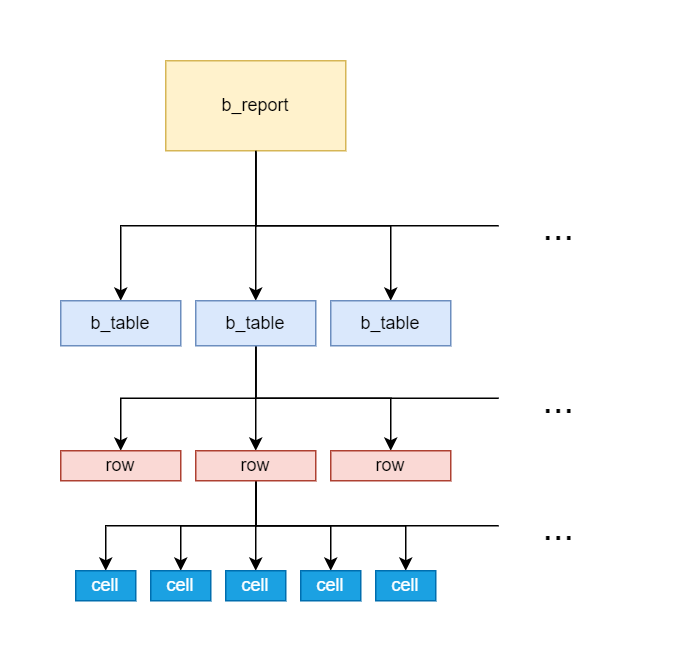
The draw.io diagram .gitbook/assets/b_report_hierarchy.png in OtabekToshkanov/biruni-docs, before a commit. Source tidied: cells renumbered, new cells last; positions are measured from the earlier drawing's top-left corner, leaving out a move shared by most shapes.
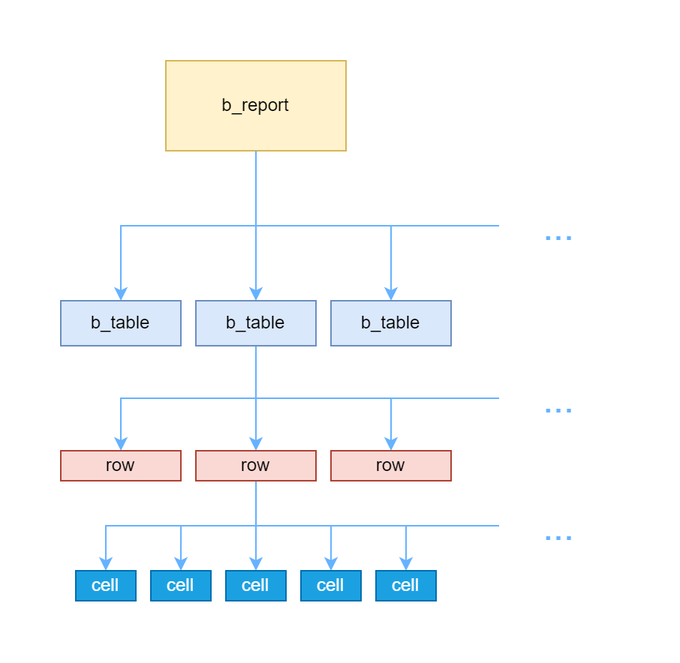
The same diagram one commit later.

What changed in the source:
```diff
@@ -2,13 +2,13 @@
   <root>
     <mxCell id="0" />
     <mxCell id="1" parent="0" />
-    <mxCell id="2" style="edgeStyle=orthogonalEdgeStyle;rounded=0;jettySize=auto;html=1;" parent="1" edge="1" source="5" target="6">
+    <mxCell id="2" style="edgeStyle=orthogonalEdgeStyle;rounded=0;jettySize=auto;html=1;strokeColor=#66B2FF;" parent="1" edge="1" source="5" target="6">
       <mxGeometry relative="1" as="geometry" />
     </mxCell>
-    <mxCell id="3" style="edgeStyle=orthogonalEdgeStyle;rounded=0;jettySize=auto;html=1;entryX=0.5;entryY=0;entryDx=0;entryDy=0;" parent="1" edge="1" source="5" target="13">
+    <mxCell id="3" style="edgeStyle=orthogonalEdgeStyle;rounded=0;jettySize=auto;html=1;entryX=0.5;entryY=0;entryDx=0;entryDy=0;strokeColor=#66B2FF;" parent="1" edge="1" source="5" target="13">
       <mxGeometry relative="1" as="geometry" />
     </mxCell>
-    <mxCell id="4" style="edgeStyle=orthogonalEdgeStyle;rounded=0;jettySize=auto;html=1;entryX=0;entryY=0.5;entryDx=0;entryDy=0;exitX=0.5;exitY=1;exitDx=0;exitDy=0;endArrow=none;startFill=0;" parent="1" edge="1" source="5" target="14">
+    <mxCell id="4" style="edgeStyle=orthogonalEdgeStyle;rounded=0;jettySize=auto;html=1;entryX=0;entryY=0.5;entryDx=0;entryDy=0;exitX=0.5;exitY=1;exitDx=0;exitDy=0;endArrow=none;startFill=0;strokeColor=#66B2FF;" parent="1" edge="1" source="5" target="14">
       <mxGeometry relative="1" as="geometry">
         <Array as="points">
           <mxPoint x="130" y="110" />
@@ -22,19 +22,19 @@
     <mxCell id="6" value="b_table" style="whiteSpace=wrap;html=1;fillColor=#dae8fc;strokeColor=#6c8ebf;" parent="1" vertex="1">
       <mxGeometry y="160" width="80" height="30" as="geometry" />
     </mxCell>
-    <mxCell id="7" style="edgeStyle=orthogonalEdgeStyle;rounded=0;jettySize=auto;html=1;exitX=0.5;exitY=1;exitDx=0;exitDy=0;" parent="1" edge="1" source="5" target="12">
+    <mxCell id="7" style="edgeStyle=orthogonalEdgeStyle;rounded=0;jettySize=auto;html=1;exitX=0.5;exitY=1;exitDx=0;exitDy=0;strokeColor=#66B2FF;" parent="1" edge="1" source="5" target="12">
       <mxGeometry relative="1" as="geometry" />
     </mxCell>
-    <mxCell id="8" style="edgeStyle=orthogonalEdgeStyle;rounded=0;jettySize=auto;html=1;exitX=0.5;exitY=1;exitDx=0;exitDy=0;" parent="1" edge="1" source="12" target="15">
+    <mxCell id="8" style="edgeStyle=orthogonalEdgeStyle;rounded=0;jettySize=auto;html=1;exitX=0.5;exitY=1;exitDx=0;exitDy=0;strokeColor=#66B2FF;" parent="1" edge="1" source="12" target="15">
       <mxGeometry relative="1" as="geometry" />
     </mxCell>
-    <mxCell id="9" style="edgeStyle=orthogonalEdgeStyle;rounded=0;jettySize=auto;html=1;entryX=0.5;entryY=0;entryDx=0;entryDy=0;" parent="1" edge="1" source="12" target="22">
+    <mxCell id="9" style="edgeStyle=orthogonalEdgeStyle;rounded=0;jettySize=auto;html=1;entryX=0.5;entryY=0;entryDx=0;entryDy=0;strokeColor=#66B2FF;" parent="1" edge="1" source="12" target="22">
       <mxGeometry relative="1" as="geometry" />
     </mxCell>
-    <mxCell id="10" style="edgeStyle=orthogonalEdgeStyle;rounded=0;jettySize=auto;html=1;entryX=0.5;entryY=0;entryDx=0;entryDy=0;exitX=0.5;exitY=1;exitDx=0;exitDy=0;" parent="1" edge="1" source="12" target="23">
+    <mxCell id="10" style="edgeStyle=orthogonalEdgeStyle;rounded=0;jettySize=auto;html=1;entryX=0.5;entryY=0;entryDx=0;entryDy=0;exitX=0.5;exitY=1;exitDx=0;exitDy=0;strokeColor=#66B2FF;" parent="1" edge="1" source="12" target="23">
       <mxGeometry relative="1" as="geometry" />
     </mxCell>
-    <mxCell id="11" style="edgeStyle=orthogonalEdgeStyle;rounded=0;jettySize=auto;html=1;exitX=0.5;exitY=1;exitDx=0;exitDy=0;entryX=0;entryY=0.5;entryDx=0;entryDy=0;endArrow=none;startFill=0;" parent="1" edge="1" source="12" target="24">
+    <mxCell id="11" style="edgeStyle=orthogonalEdgeStyle;rounded=0;jettySize=auto;html=1;exitX=0.5;exitY=1;exitDx=0;exitDy=0;entryX=0;entryY=0.5;entryDx=0;entryDy=0;endArrow=none;startFill=0;strokeColor=#66B2FF;" parent="1" edge="1" source="12" target="24">
       <mxGeometry relative="1" as="geometry">
         <Array as="points">
           <mxPoint x="130" y="225" />
@@ -48,28 +48,28 @@
     <mxCell id="13" value="b_table" style="whiteSpace=wrap;html=1;fillColor=#dae8fc;strokeColor=#6c8ebf;" parent="1" vertex="1">
       <mxGeometry x="180" y="160" width="80" height="30" as="geometry" />
     </mxCell>
-    <mxCell id="14" value="&lt;font style=&quot;font-size: 25px;&quot;&gt;...&lt;/font&gt;" style="whiteSpace=wrap;html=1;strokeColor=none;fillColor=none;" parent="1" vertex="1">
+    <mxCell id="14" value="&lt;font style=&quot;font-size: 25px;&quot;&gt;...&lt;/font&gt;" style="whiteSpace=wrap;html=1;strokeColor=none;fillColor=none;fontColor=#66B2FF;" parent="1" vertex="1">
       <mxGeometry x="292" y="95" width="80" height="30" as="geometry" />
     </mxCell>
     <mxCell id="15" value="row" style="whiteSpace=wrap;html=1;fillColor=#fad9d5;strokeColor=#ae4132;" parent="1" vertex="1">
       <mxGeometry y="260" width="80" height="20" as="geometry" />
     </mxCell>
-    <mxCell id="16" style="edgeStyle=orthogonalEdgeStyle;rounded=0;jettySize=auto;html=1;entryX=0.5;entryY=0;entryDx=0;entryDy=0;exitX=0.5;exitY=1;exitDx=0;exitDy=0;" parent="1" edge="1" source="22" target="25">
+    <mxCell id="16" style="edgeStyle=orthogonalEdgeStyle;rounded=0;jettySize=auto;html=1;entryX=0.5;entryY=0;entryDx=0;entryDy=0;exitX=0.5;exitY=1;exitDx=0;exitDy=0;fontColor=#66B2FF;strokeColor=#66B2FF;" parent="1" edge="1" source="22" target="25">
       <mxGeometry relative="1" as="geometry" />
     </mxCell>
-    <mxCell id="17" style="edgeStyle=orthogonalEdgeStyle;rounded=0;jettySize=auto;html=1;entryX=0.5;entryY=0;entryDx=0;entryDy=0;" parent="1" edge="1" source="22" target="26">
+    <mxCell id="17" style="edgeStyle=orthogonalEdgeStyle;rounded=0;jettySize=auto;html=1;entryX=0.5;entryY=0;entryDx=0;entryDy=0;fontColor=#66B2FF;strokeColor=#66B2FF;" parent="1" edge="1" source="22" target="26">
       <mxGeometry relative="1" as="geometry" />
     </mxCell>
-    <mxCell id="18" style="edgeStyle=orthogonalEdgeStyle;rounded=0;jettySize=auto;html=1;entryX=0.5;entryY=0;entryDx=0;entryDy=0;" parent="1" edge="1" source="22" target="27">
+    <mxCell id="18" style="edgeStyle=orthogonalEdgeStyle;rounded=0;jettySize=auto;html=1;entryX=0.5;entryY=0;entryDx=0;entryDy=0;fontColor=#66B2FF;strokeColor=#66B2FF;" parent="1" edge="1" source="22" target="27">
       <mxGeometry relative="1" as="geometry" />
     </mxCell>
-    <mxCell id="19" style="edgeStyle=orthogonalEdgeStyle;rounded=0;jettySize=auto;html=1;entryX=0.5;entryY=0;entryDx=0;entryDy=0;" parent="1" edge="1" source="22" target="28">
+    <mxCell id="19" style="edgeStyle=orthogonalEdgeStyle;rounded=0;jettySize=auto;html=1;entryX=0.5;entryY=0;entryDx=0;entryDy=0;fontColor=#66B2FF;strokeColor=#66B2FF;" parent="1" edge="1" source="22" target="28">
       <mxGeometry relative="1" as="geometry" />
     </mxCell>
-    <mxCell id="20" style="edgeStyle=orthogonalEdgeStyle;rounded=0;jettySize=auto;html=1;entryX=0.5;entryY=0;entryDx=0;entryDy=0;exitX=0.5;exitY=1;exitDx=0;exitDy=0;" parent="1" edge="1" source="22" target="29">
+    <mxCell id="20" style="edgeStyle=orthogonalEdgeStyle;rounded=0;jettySize=auto;html=1;entryX=0.5;entryY=0;entryDx=0;entryDy=0;exitX=0.5;exitY=1;exitDx=0;exitDy=0;fontColor=#66B2FF;strokeColor=#66B2FF;" parent="1" edge="1" source="22" target="29">
       <mxGeometry relative="1" as="geometry" />
     </mxCell>
-    <mxCell id="21" style="edgeStyle=orthogonalEdgeStyle;rounded=0;jettySize=auto;html=1;entryX=0;entryY=0.5;entryDx=0;entryDy=0;exitX=0.5;exitY=1;exitDx=0;exitDy=0;endArrow=none;startFill=0;flowAnimation=0;shadow=0;" parent="1" edge="1" source="22" target="30">
+    <mxCell id="21" style="edgeStyle=orthogonalEdgeStyle;rounded=0;jettySize=auto;html=1;entryX=0;entryY=0.5;entryDx=0;entryDy=0;exitX=0.5;exitY=1;exitDx=0;exitDy=0;endArrow=none;startFill=0;flowAnimation=0;shadow=0;fontColor=#66B2FF;strokeColor=#66B2FF;" parent="1" edge="1" source="22" target="30">
       <mxGeometry relative="1" as="geometry" />
     </mxCell>
     <mxCell id="22" value="row" style="whiteSpace=wrap;html=1;fillColor=#fad9d5;strokeColor=#ae4132;" parent="1" vertex="1">
@@ -78,7 +78,7 @@
     <mxCell id="23" value="row" style="whiteSpace=wrap;html=1;fillColor=#fad9d5;strokeColor=#ae4132;" parent="1" vertex="1">
       <mxGeometry x="180" y="260" width="80" height="20" as="geometry" />
     </mxCell>
-    <mxCell id="24" value="&lt;font style=&quot;font-size: 25px;&quot;&gt;...&lt;/font&gt;" style="whiteSpace=wrap;html=1;strokeColor=none;fillColor=none;" parent="1" vertex="1">
+    <mxCell id="24" value="&lt;font style=&quot;font-size: 25px;&quot;&gt;...&lt;/font&gt;" style="whiteSpace=wrap;html=1;strokeColor=none;fillColor=none;fontColor=#66B2FF;" parent="1" vertex="1">
       <mxGeometry x="292" y="215" width="80" height="20" as="geometry" />
     </mxCell>
     <mxCell id="25" value="cell" style="whiteSpace=wrap;html=1;fillColor=#1ba1e2;strokeColor=#006EAF;fontColor=#ffffff;" parent="1" vertex="1">
@@ -96,7 +96,7 @@
     <mxCell id="29" value="cell" style="whiteSpace=wrap;html=1;fillColor=#1ba1e2;strokeColor=#006EAF;fontColor=#ffffff;" parent="1" vertex="1">
       <mxGeometry x="210" y="340" width="40" height="20" as="geometry" />
     </mxCell>
-    <mxCell id="30" value="&lt;font style=&quot;font-size: 25px;&quot;&gt;...&lt;/font&gt;" style="whiteSpace=wrap;html=1;strokeColor=none;fillColor=none;" parent="1" vertex="1">
+    <mxCell id="30" value="&lt;font style=&quot;font-size: 25px;&quot;&gt;...&lt;/font&gt;" style="whiteSpace=wrap;html=1;strokeColor=none;fillColor=none;fontColor=#66B2FF;" parent="1" vertex="1">
       <mxGeometry x="292" y="300" width="80" height="20" as="geometry" />
     </mxCell>
   </root>
```
